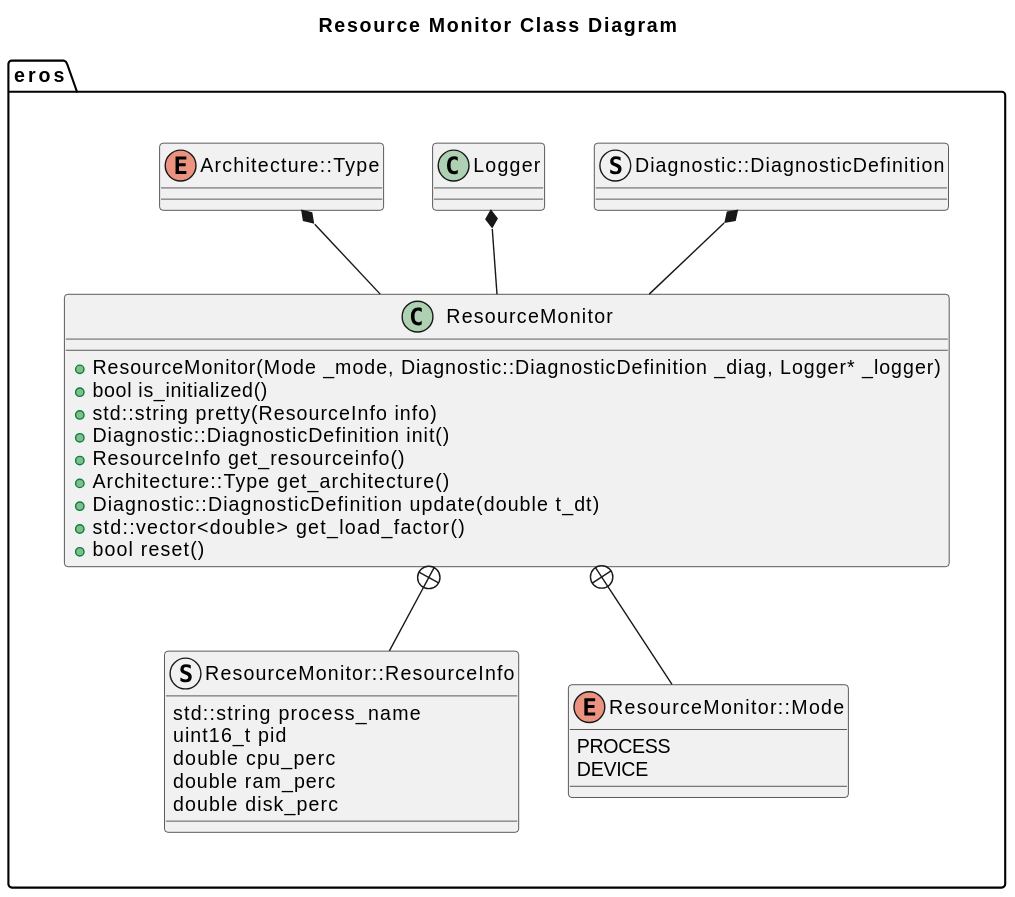
dgitz/eros keeps this PlantUML diagram as doc/ResourceMonitor/output/ResourceMonitorClassDiagram.svg. Above is the earlier version.
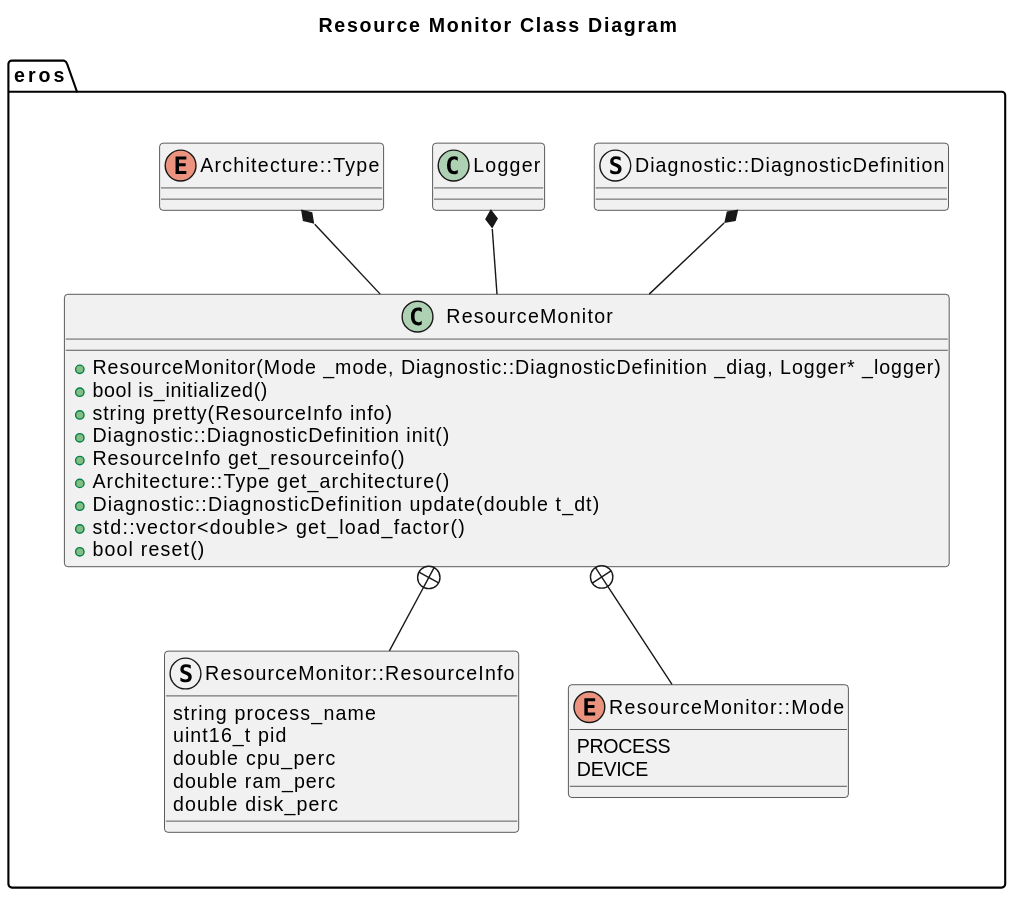
After the commit.

Diff of the diagram source:
```diff
@@ -19,7 +19,7 @@
 Architecture::Type *-- ResourceMonitor
 Diagnostic::DiagnosticDefinition *-- ResourceMonitor
 struct ResourceMonitor::ResourceInfo {
-    std::string process_name
+    string process_name
     uint16_t pid
     double cpu_perc
     double ram_perc
@@ -32,7 +32,7 @@
 class ResourceMonitor {
     +ResourceMonitor(Mode _mode, Diagnostic::DiagnosticDefinition _diag, Logger* _logger)
     +bool is_initialized()
-    +std::string pretty(ResourceInfo info)
+    +string pretty(ResourceInfo info)
     +Diagnostic::DiagnosticDefinition init()
     +ResourceInfo get_resourceinfo()
     +Architecture::Type get_architecture()
```
